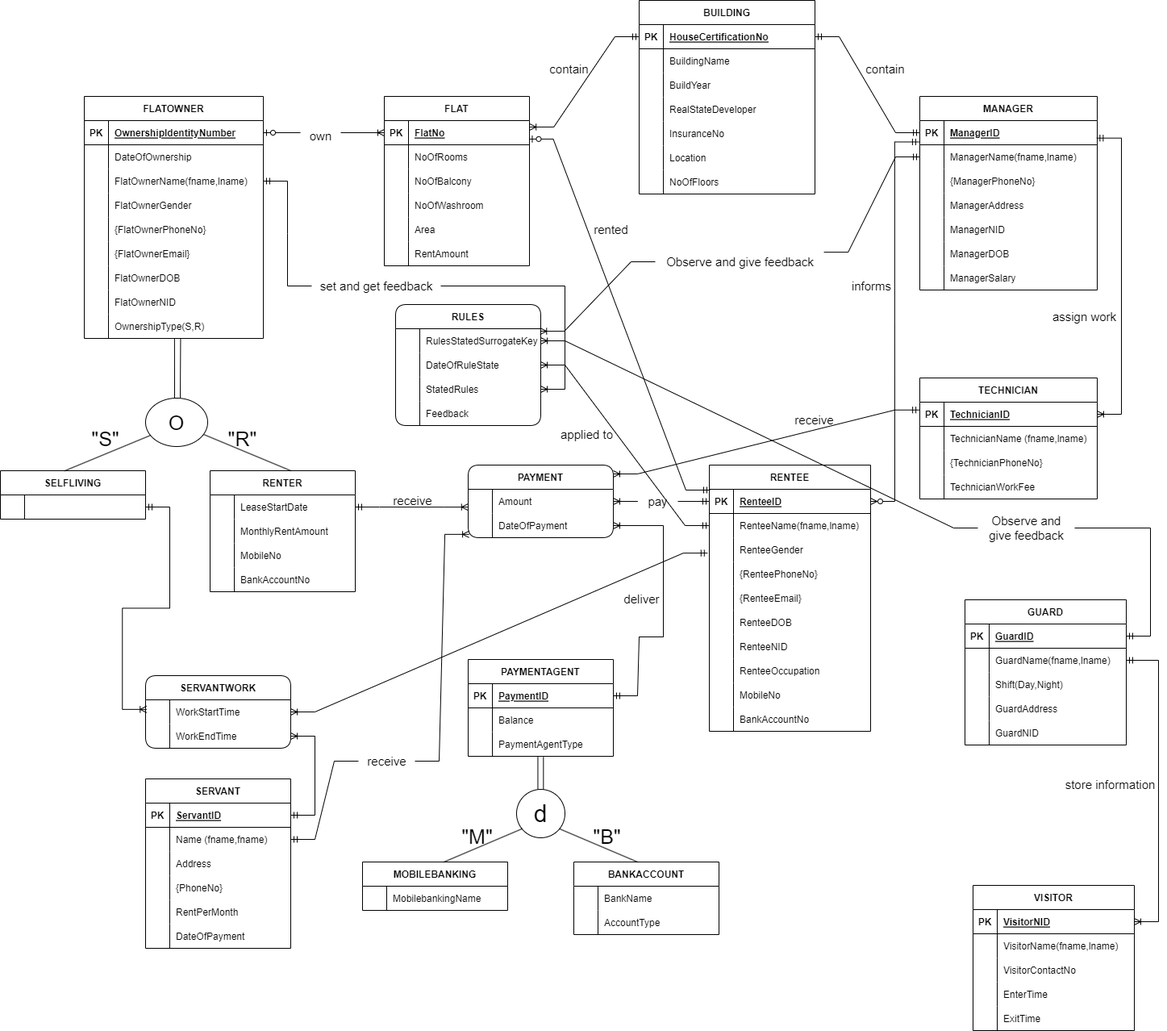
toushifhossain1/Residential-Management-and-Monitoring-System keeps this draw.io diagram as Documentation Pictures/EERD.png. Above is the earlier version. Source tidied: cells renumbered, new cells last; positions are measured from the earlier drawing's top-left corner, leaving out a move shared by most shapes.
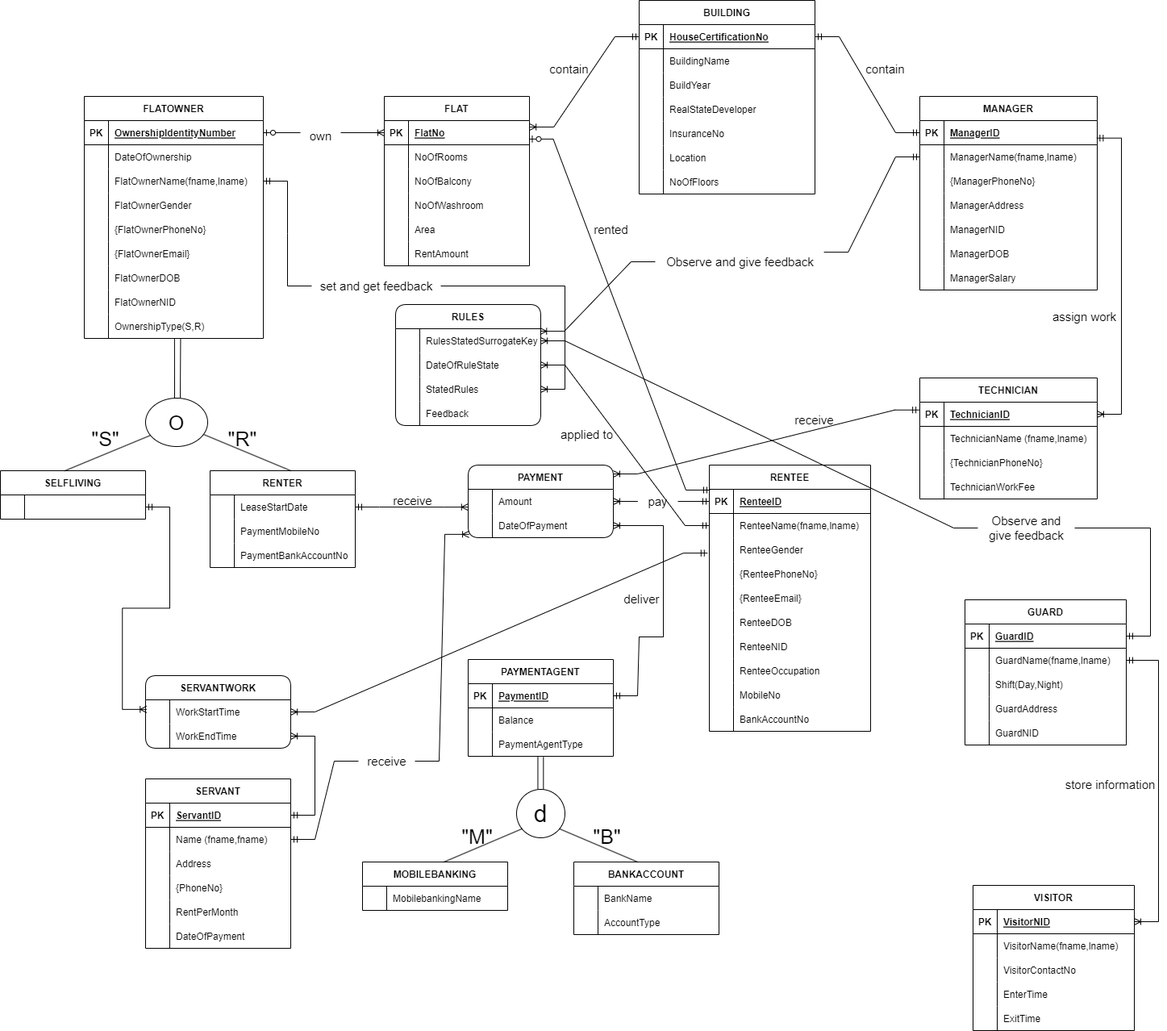
Above is the later version.

Change to the diagram source:
```diff
@@ -3,7 +3,7 @@
     <mxCell id="0" />
     <mxCell id="1" parent="0" />
     <mxCell id="2" value="RENTER" style="shape=table;startSize=30;rowLines=0;fontStyle=1;align=center;" parent="1" vertex="1">
-      <mxGeometry x="260" y="583" width="180" height="150" as="geometry" />
+      <mxGeometry x="260" y="583" width="180" height="120" as="geometry" />
     </mxCell>
     <mxCell id="3" style="shape=tableRow;horizontal=0;startSize=0;swimlaneHead=0;swimlaneBody=0;fillColor=none;points=[[0,0.5],[1,0.5]];portConstraint=eastwest;top=0;left=0;right=0;bottom=0;" parent="2" vertex="1">
       <mxGeometry y="30" width="180" height="30" as="geometry" />
@@ -14,31 +14,22 @@
     <mxCell id="5" value="LeaseStartDate" style="shape=partialRectangle;fillColor=none;top=0;left=0;bottom=0;right=0;align=left;spacingLeft=6;overflow=hidden;" parent="3" vertex="1">
       <mxGeometry x="30" width="150" height="30" as="geometry" />
     </mxCell>
-    <mxCell id="6" style="shape=tableRow;horizontal=0;startSize=0;swimlaneHead=0;swimlaneBody=0;fillColor=none;top=0;left=0;right=0;bottom=0;" parent="2" vertex="1">
-      <mxGeometry y="60" width="180" height="30" as="geometry" />
-    </mxCell>
-    <mxCell id="7" style="shape=partialRectangle;fillColor=none;top=0;left=0;bottom=0;right=0;overflow=hidden;" parent="6" vertex="1">
-      <mxGeometry width="30" height="30" as="geometry" />
-    </mxCell>
-    <mxCell id="8" value="MonthlyRentAmount" style="shape=partialRectangle;fillColor=none;top=0;left=0;bottom=0;right=0;align=left;spacingLeft=6;overflow=hidden;" parent="6" vertex="1">
-      <mxGeometry x="30" width="150" height="30" as="geometry" />
-    </mxCell>
     <mxCell id="9" style="shape=tableRow;horizontal=0;startSize=0;swimlaneHead=0;swimlaneBody=0;fillColor=none;top=0;left=0;right=0;bottom=0;" parent="2" vertex="1">
-      <mxGeometry y="90" width="180" height="30" as="geometry" />
+      <mxGeometry y="60" width="180" height="30" as="geometry" />
     </mxCell>
     <mxCell id="10" style="shape=partialRectangle;fillColor=none;top=0;left=0;bottom=0;right=0;overflow=hidden;" parent="9" vertex="1">
       <mxGeometry width="30" height="30" as="geometry" />
     </mxCell>
-    <mxCell id="11" value="MobileNo" style="shape=partialRectangle;fillColor=none;top=0;left=0;bottom=0;right=0;align=left;spacingLeft=6;overflow=hidden;" parent="9" vertex="1">
+    <mxCell id="11" value="PaymentMobileNo" style="shape=partialRectangle;fillColor=none;top=0;left=0;bottom=0;right=0;align=left;spacingLeft=6;overflow=hidden;" parent="9" vertex="1">
       <mxGeometry x="30" width="150" height="30" as="geometry" />
     </mxCell>
     <mxCell id="12" style="shape=tableRow;horizontal=0;startSize=0;swimlaneHead=0;swimlaneBody=0;fillColor=none;top=0;left=0;right=0;bottom=0;" parent="2" vertex="1">
-      <mxGeometry y="120" width="180" height="30" as="geometry" />
+      <mxGeometry y="90" width="180" height="30" as="geometry" />
     </mxCell>
     <mxCell id="13" style="shape=partialRectangle;fillColor=none;top=0;left=0;bottom=0;right=0;overflow=hidden;" parent="12" vertex="1">
       <mxGeometry width="30" height="30" as="geometry" />
     </mxCell>
-    <mxCell id="14" value="BankAccountNo" style="shape=partialRectangle;fillColor=none;top=0;left=0;bottom=0;right=0;align=left;spacingLeft=6;overflow=hidden;" parent="12" vertex="1">
+    <mxCell id="14" value="PaymentBankAccountNo" style="shape=partialRectangle;fillColor=none;top=0;left=0;bottom=0;right=0;align=left;spacingLeft=6;overflow=hidden;" parent="12" vertex="1">
       <mxGeometry x="30" width="150" height="30" as="geometry" />
     </mxCell>
     <mxCell id="15" value="PAYMENT" style="shape=table;startSize=30;rowLines=0;fontStyle=1;align=center;rounded=1;" parent="1" vertex="1">
@@ -734,12 +725,6 @@
     <mxCell id="238" value="contain" style="text;html=1;align=center;verticalAlign=middle;strokeColor=none;fillColor=none;fontSize=15;" parent="1" vertex="1">
       <mxGeometry x="670" y="70" width="70" height="30" as="geometry" />
     </mxCell>
-    <mxCell id="239" style="edgeStyle=entityRelationEdgeStyle;fontSize=12;html=1;endArrow=ERzeroToMany;startArrow=ERmandOne;rounded=0;exitX=-0.005;exitY=0.882;exitDx=0;exitDy=0;exitPerimeter=0;" parent="1" edge="1" source="170" target="33">
-      <mxGeometry relative="1" as="geometry" />
-    </mxCell>
-    <mxCell id="240" value="&lt;font style=&quot;font-size: 15px;&quot;&gt;informs&lt;/font&gt;" style="text;html=1;align=center;verticalAlign=middle;strokeColor=none;fillColor=none;fontSize=12;" parent="1" vertex="1">
-      <mxGeometry x="1045" y="339" width="70" height="30" as="geometry" />
-    </mxCell>
     <mxCell id="241" value="&lt;font style=&quot;font-size: 15px;&quot;&gt;contain&lt;/font&gt;" style="text;html=1;align=center;verticalAlign=middle;strokeColor=none;fillColor=none;fontSize=12;" parent="1" vertex="1">
       <mxGeometry x="1062" y="70" width="70" height="30" as="geometry" />
     </mxCell>
```
